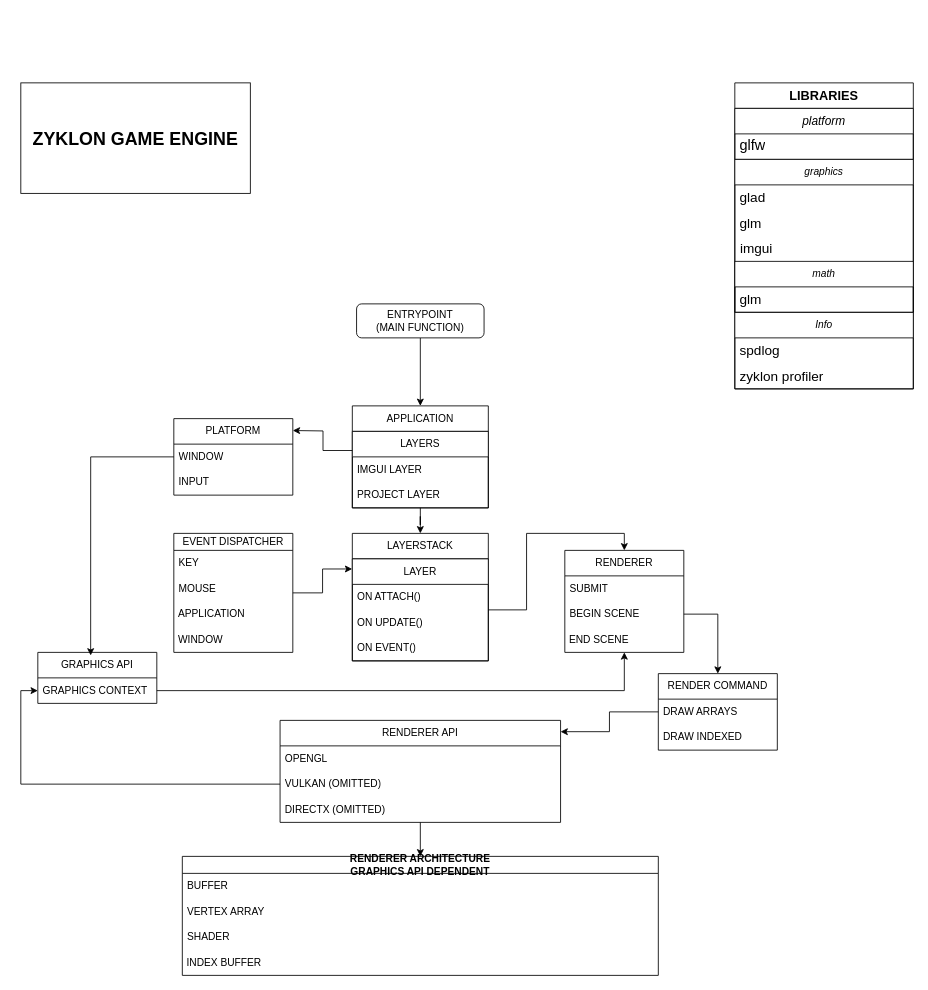
This is docs/diagram.drawio from gOps132/Zyklon, a draw.io file, before an edit. Source tidied: cells renumbered, new cells numbered last; positions are measured from the earlier drawing's top-left corner, leaving out a move shared by most shapes. Both pictures are drawn from the tidied source at 85%, with x=0, y=0 at pixel (20, 82).
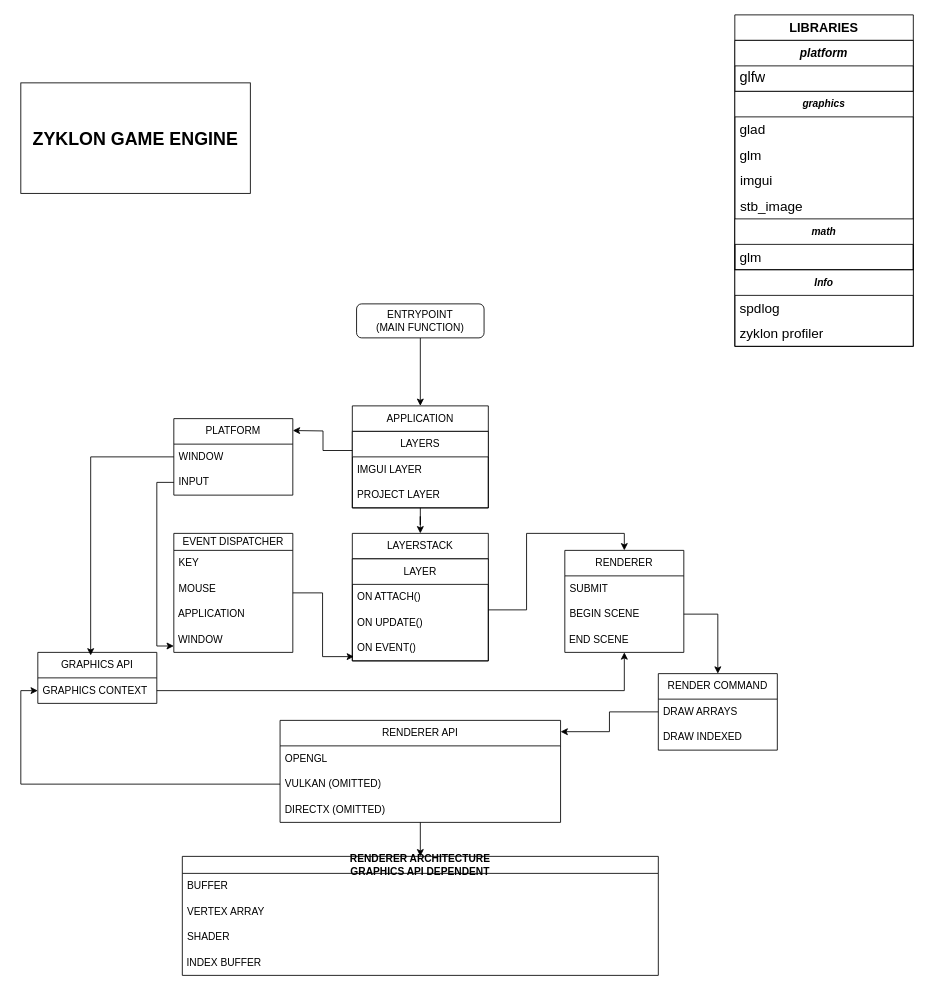
Above is the later version.

The change refers to these unchanged cells:
```xml
<mxCell id="3" value="LAYER" style="swimlane;fontStyle=0;horizontal=1;startSize=30;whiteSpace=wrap;html=1;" parent="2" vertex="1">
  <mxGeometry y="30" width="160" height="120" as="geometry" />
</mxCell>
<mxCell id="6" value="ON EVENT()" style="text;strokeColor=none;fillColor=none;align=left;verticalAlign=middle;spacingLeft=4;spacingRight=4;overflow=hidden;points=[[0,0.5],[1,0.5]];portConstraint=eastwest;whiteSpace=wrap;html=1;" parent="3" vertex="1">
  <mxGeometry y="90" width="160" height="30" as="geometry" />
</mxCell>
<mxCell id="28" value="INPUT" style="text;strokeColor=none;fillColor=none;align=left;verticalAlign=middle;spacingLeft=4;spacingRight=4;overflow=hidden;points=[[0,0.5],[1,0.5]];portConstraint=eastwest;whiteSpace=wrap;html=1;" parent="26" vertex="1">
  <mxGeometry y="60" width="140" height="30" as="geometry" />
</mxCell>
<mxCell id="29" value="EVENT DISPATCHER" style="swimlane;fontStyle=0;horizontal=1;startSize=20;whiteSpace=wrap;html=1;" parent="1" vertex="1">
  <mxGeometry x="180" y="530" width="140" height="140" as="geometry" />
</mxCell>
<mxCell id="33" value="&amp;nbsp;WINDOW" style="text;html=1;align=left;verticalAlign=middle;whiteSpace=wrap;rounded=0;" parent="29" vertex="1">
  <mxGeometry y="110" width="140" height="30" as="geometry" />
</mxCell>
```

Diff of the diagram source:
```diff
@@
     <mxCell id="14" value="&lt;b style=&quot;font-size: 15px;&quot;&gt;LIBRARIES&lt;/b&gt;" style="swimlane;fontStyle=0;horizontal=1;startSize=30;whiteSpace=wrap;html=1;fontSize=15;" parent="1" vertex="1">
-      <mxGeometry x="840" width="210" height="360" as="geometry" />
+      <mxGeometry x="840" y="-80" width="210" height="390" as="geometry" />
     </mxCell>
-    <mxCell id="15" value="platform" style="swimlane;fontStyle=2;horizontal=1;startSize=30;whiteSpace=wrap;html=1;fontSize=14;" parent="14" vertex="1">
+    <mxCell id="15" value="platform" style="swimlane;fontStyle=3;horizontal=1;startSize=30;whiteSpace=wrap;html=1;fontSize=14;" parent="14" vertex="1">
       <mxGeometry y="30" width="210" height="60" as="geometry" />
     </mxCell>
@@
-    <mxCell id="17" value="graphics" style="swimlane;fontStyle=2;horizontal=1;startSize=30;whiteSpace=wrap;html=1;" parent="14" vertex="1">
-      <mxGeometry y="90" width="210" height="180" as="geometry" />
+    <mxCell id="17" value="graphics" style="swimlane;fontStyle=3;horizontal=1;startSize=30;whiteSpace=wrap;html=1;" parent="14" vertex="1">
+      <mxGeometry y="90" width="210" height="210" as="geometry" />
     </mxCell>
@@
+    <mxCell id="62" value="&amp;nbsp;imgui" style="text;html=1;align=left;verticalAlign=middle;whiteSpace=wrap;rounded=0;fontSize=16;" parent="17" vertex="1">
+      <mxGeometry y="90" width="210" height="30" as="geometry" />
+    </mxCell>
-    <mxCell id="20" value="&amp;nbsp;imgui" style="text;html=1;align=left;verticalAlign=middle;whiteSpace=wrap;rounded=0;fontSize=16;" parent="17" vertex="1">
-      <mxGeometry y="90" width="210" height="30" as="geometry" />
+    <mxCell id="20" value="&amp;nbsp;stb_image" style="text;html=1;align=left;verticalAlign=middle;whiteSpace=wrap;rounded=0;fontSize=16;" parent="17" vertex="1">
+      <mxGeometry y="120" width="210" height="30" as="geometry" />
     </mxCell>
-    <mxCell id="21" value="math" style="swimlane;fontStyle=2;horizontal=1;startSize=30;whiteSpace=wrap;html=1;" parent="17" vertex="1">
-      <mxGeometry y="120" width="210" height="60" as="geometry" />
+    <mxCell id="21" value="math" style="swimlane;fontStyle=3;horizontal=1;startSize=30;whiteSpace=wrap;html=1;" parent="17" vertex="1">
+      <mxGeometry y="150" width="210" height="60" as="geometry" />
     </mxCell>
@@
-    <mxCell id="23" value="Info" style="swimlane;fontStyle=2;horizontal=1;startSize=30;whiteSpace=wrap;html=1;" parent="14" vertex="1">
-      <mxGeometry y="270" width="210" height="90" as="geometry" />
+    <mxCell id="23" value="Info" style="swimlane;fontStyle=3;horizontal=1;startSize=30;whiteSpace=wrap;html=1;" parent="14" vertex="1">
+      <mxGeometry y="300" width="210" height="90" as="geometry" />
     </mxCell>
@@
-    <mxCell id="48" style="edgeStyle=orthogonalEdgeStyle;rounded=0;jettySize=auto;html=1;entryX=-0.001;entryY=0.099;entryDx=0;entryDy=0;entryPerimeter=0;" parent="1" edge="1" source="29" target="3">
-      <mxGeometry relative="1" as="geometry" />
-    </mxCell>
@@
+    <mxCell id="63" style="edgeStyle=orthogonalEdgeStyle;rounded=0;jettySize=auto;html=1;entryX=0.012;entryY=0.833;entryDx=0;entryDy=0;entryPerimeter=0;" parent="1" edge="1" source="29" target="6">
+      <mxGeometry relative="1" as="geometry" />
+    </mxCell>
+    <mxCell id="64" style="edgeStyle=orthogonalEdgeStyle;rounded=0;jettySize=auto;html=1;entryX=0;entryY=0.75;entryDx=0;entryDy=0;" parent="1" edge="1" source="28" target="33">
+      <mxGeometry relative="1" as="geometry" />
+    </mxCell>
```
